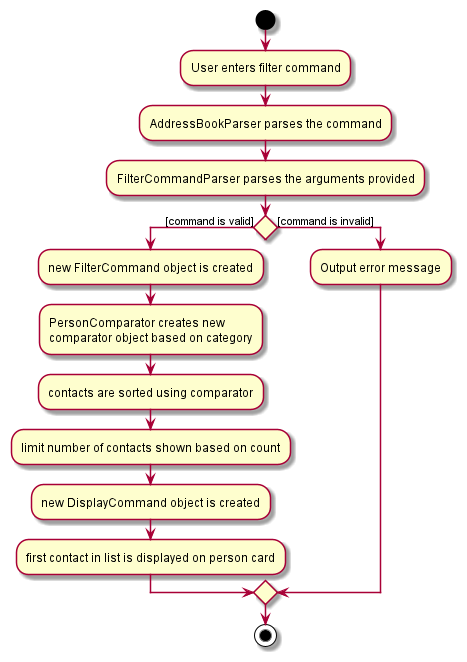
The PlantUML diagram docs/images/FilterActivityDiagram.png in pranav-ganesh/tp, before a commit. The source it was exported from:
```plantuml
@startuml

start
:User enters filter command;
:AddressBookParser parses the command;
:FilterCommandParser parses the arguments provided;
if () then ([command is valid])
  :new FilterCommand object is created;
  :PersonComparator creates new \ncomparator object based on category;
  :contacts are sorted using comparator;
  :limit number of contacts shown based on count;
  :new DisplayCommand object is created;
  :first contact in list is displayed on person card;
else ([command is invalid])
  :Output error message;
endif


stop

@enduml
```
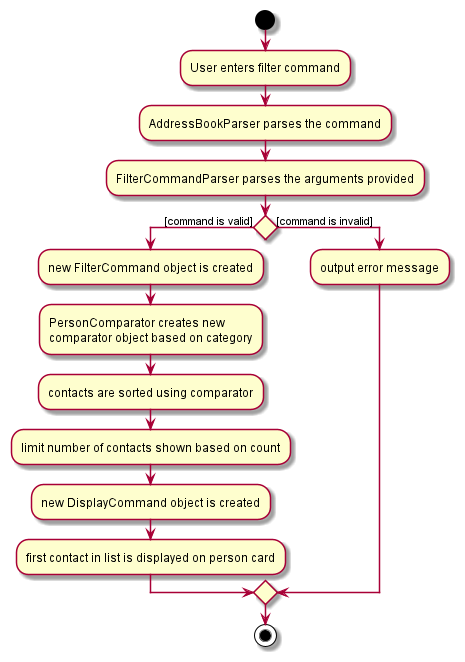
Above is the later version.

Commit message:
Update activity diagram

Change to the diagram source:
```diff
@@ -12,7 +12,7 @@
   :new DisplayCommand object is created;
   :first contact in list is displayed on person card;
 else ([command is invalid])
-  :Output error message;
+  :output error message;
 endif
 
 
```
